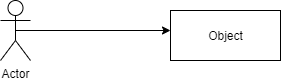
Before: Sequencia e Colab.png, a diagram exported from draw.io (leitoraincomum/engsofII). Source tidied: cells renumbered, new cells last; positions are measured from the earlier drawing's top-left corner, leaving out a move shared by most shapes. Its diagram source:
```xml
<mxGraphModel background="#ffffff">
  <root>
    <mxCell id="0" />
    <mxCell id="1" parent="0" />
    <mxCell id="2" value="Object" style="html=1;" parent="1" vertex="1">
      <mxGeometry x="170" y="10" width="110" height="50" as="geometry" />
    </mxCell>
    <mxCell id="3" style="edgeStyle=orthogonalEdgeStyle;rounded=0;jettySize=auto;html=1;exitX=0.5;exitY=0.5;exitDx=0;exitDy=0;exitPerimeter=0;" parent="1" edge="1" source="4">
      <mxGeometry relative="1" as="geometry">
        <mxPoint x="170" y="30" as="targetPoint" />
      </mxGeometry>
    </mxCell>
    <mxCell id="4" value="Actor" style="shape=umlActor;verticalLabelPosition=bottom;verticalAlign=top;html=1;" parent="1" vertex="1">
      <mxGeometry width="30" height="60" as="geometry" />
    </mxCell>
  </root>
</mxGraphModel>
```
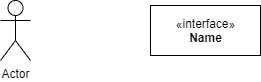
Above is the later version.

The edit, as a diff of the source:
```diff
@@ -2,16 +2,11 @@
   <root>
     <mxCell id="0" />
     <mxCell id="1" parent="0" />
-    <mxCell id="2" value="Object" style="html=1;" parent="1" vertex="1">
-      <mxGeometry x="170" y="10" width="110" height="50" as="geometry" />
-    </mxCell>
-    <mxCell id="3" style="edgeStyle=orthogonalEdgeStyle;rounded=0;jettySize=auto;html=1;exitX=0.5;exitY=0.5;exitDx=0;exitDy=0;exitPerimeter=0;" parent="1" edge="1" source="4">
-      <mxGeometry relative="1" as="geometry">
-        <mxPoint x="170" y="30" as="targetPoint" />
-      </mxGeometry>
-    </mxCell>
     <mxCell id="4" value="Actor" style="shape=umlActor;verticalLabelPosition=bottom;verticalAlign=top;html=1;" parent="1" vertex="1">
       <mxGeometry width="30" height="60" as="geometry" />
     </mxCell>
+    <mxCell id="5" value="&amp;laquo;interface&amp;raquo;&lt;br&gt;&lt;b&gt;Name&lt;/b&gt;" style="html=1;" parent="1" vertex="1">
+      <mxGeometry x="150" y="5" width="110" height="50" as="geometry" />
+    </mxCell>
   </root>
 </mxGraphModel>
```
